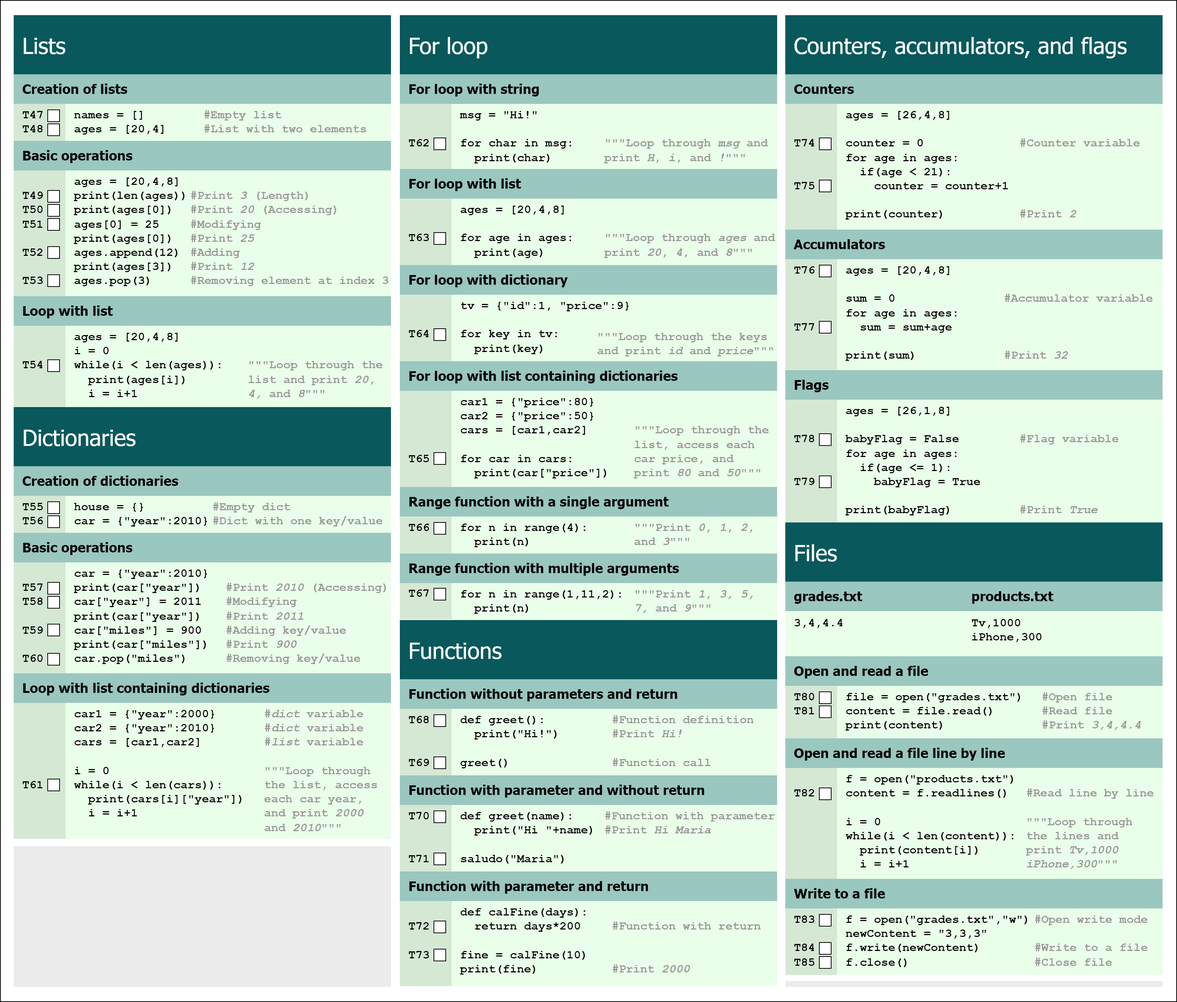
This is Cheat-Sheet-Part-2.png from PracticalBooks/Python-For-Beginners, a draw.io export, as it was before one commit. Source tidied: cells renumbered, new cells last; positions are measured from the earlier drawing's top-left corner, leaving out a move shared by most shapes.
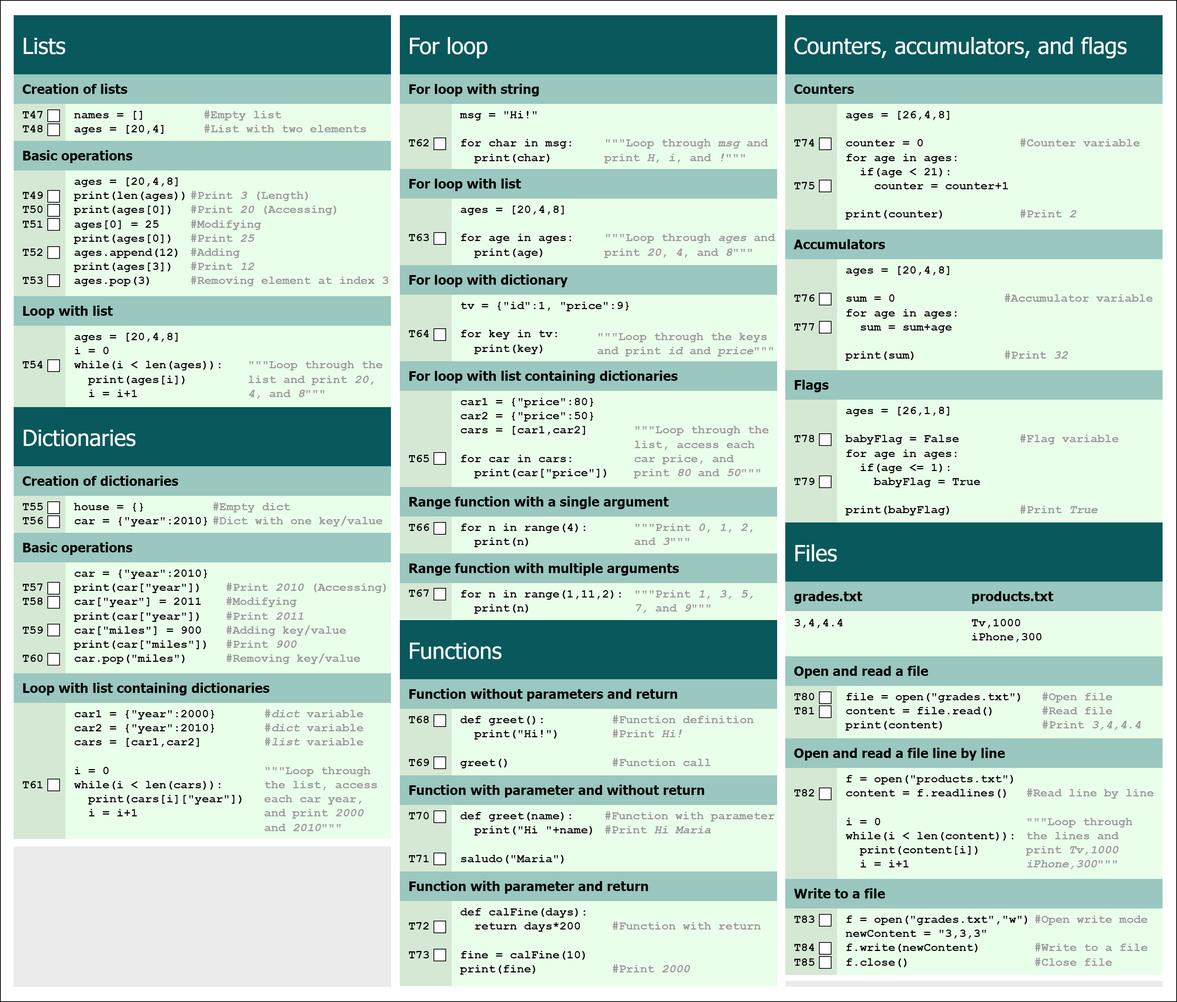
The same file after the commit.

Commit message:
fix: cheat sheet

The edit, as a diff of the source:
```diff
@@ -347,11 +347,11 @@
     <mxCell id="116" style="rounded=0;whiteSpace=wrap;html=1;fontSize=17;fontColor=default;" parent="1" vertex="1">
       <mxGeometry x="1107" y="243" width="16" height="16" as="geometry" />
     </mxCell>
-    <mxCell id="117" value="&lt;div style=&quot;&quot;&gt;&lt;span style=&quot;background-color: initial;&quot;&gt;T76&lt;/span&gt;&lt;/div&gt;&lt;font style=&quot;font-size: 16px&quot;&gt;&lt;div style=&quot;&quot;&gt;&lt;br&gt;&lt;/div&gt;&lt;div style=&quot;&quot;&gt;&lt;br&gt;&lt;/div&gt;&lt;div style=&quot;&quot;&gt;&lt;br&gt;&lt;/div&gt;&lt;div style=&quot;&quot;&gt;&lt;span style=&quot;background-color: initial;&quot;&gt;T77&lt;/span&gt;&lt;/div&gt;&lt;div style=&quot;&quot;&gt;&lt;br&gt;&lt;/div&gt;&lt;/font&gt;" style="whiteSpace=wrap;html=1;rounded=0;shadow=0;dashed=0;strokeColor=none;strokeWidth=4;fillColor=#D5E8D4;gradientColor=none;fontFamily=Courier New;fontSize=16;fontColor=default;align=left;spacingLeft=10;verticalAlign=top;spacingTop=0;fontStyle=1;" parent="1" vertex="1">
+    <mxCell id="117" value="&lt;div style=&quot;&quot;&gt;&lt;span style=&quot;background-color: initial;&quot;&gt;&lt;br&gt;&lt;/span&gt;&lt;/div&gt;&lt;div style=&quot;&quot;&gt;&lt;span style=&quot;background-color: initial;&quot;&gt;&lt;br&gt;&lt;/span&gt;&lt;/div&gt;&lt;div style=&quot;&quot;&gt;&lt;span style=&quot;background-color: initial;&quot;&gt;T76&lt;/span&gt;&lt;/div&gt;&lt;font style=&quot;font-size: 16px&quot;&gt;&lt;div style=&quot;&quot;&gt;&lt;br&gt;&lt;/div&gt;&lt;div style=&quot;&quot;&gt;&lt;span style=&quot;background-color: initial;&quot;&gt;T77&lt;/span&gt;&lt;/div&gt;&lt;div style=&quot;&quot;&gt;&lt;br&gt;&lt;/div&gt;&lt;/font&gt;" style="whiteSpace=wrap;html=1;rounded=0;shadow=0;dashed=0;strokeColor=none;strokeWidth=4;fillColor=#D5E8D4;gradientColor=none;fontFamily=Courier New;fontSize=16;fontColor=default;align=left;spacingLeft=10;verticalAlign=top;spacingTop=0;fontStyle=1;" parent="1" vertex="1">
       <mxGeometry x="1061" y="350" width="70" height="150" as="geometry" />
     </mxCell>
     <mxCell id="118" style="rounded=0;whiteSpace=wrap;html=1;fontSize=17;fontColor=default;" parent="1" vertex="1">
-      <mxGeometry x="1107" y="358" width="16" height="16" as="geometry" />
+      <mxGeometry x="1107" y="396" width="16" height="16" as="geometry" />
     </mxCell>
     <mxCell id="119" style="rounded=0;whiteSpace=wrap;html=1;fontSize=17;fontColor=default;" parent="1" vertex="1">
       <mxGeometry x="1107" y="434" width="16" height="16" as="geometry" />
```
